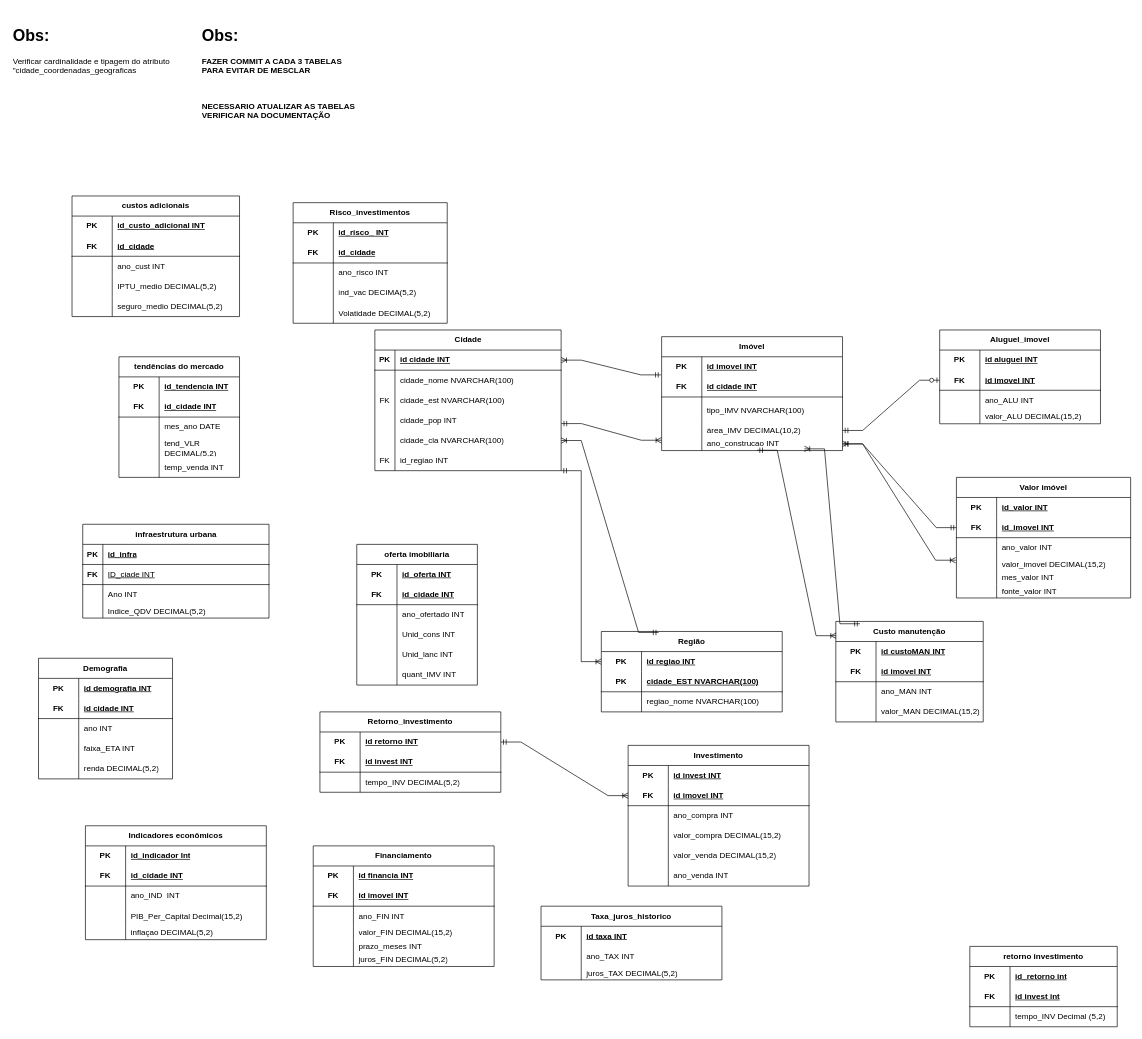
Above: GroupBy.drawio in Guilherme22B/Group_by (draw.io), before the change. Source tidied: cells renumbered, new cells numbered last; positions are measured from the earlier drawing's top-left corner, leaving out a move shared by most shapes. Both pictures are drawn from the tidied source at 67%, with x=0, y=0 at pixel (11, 21).
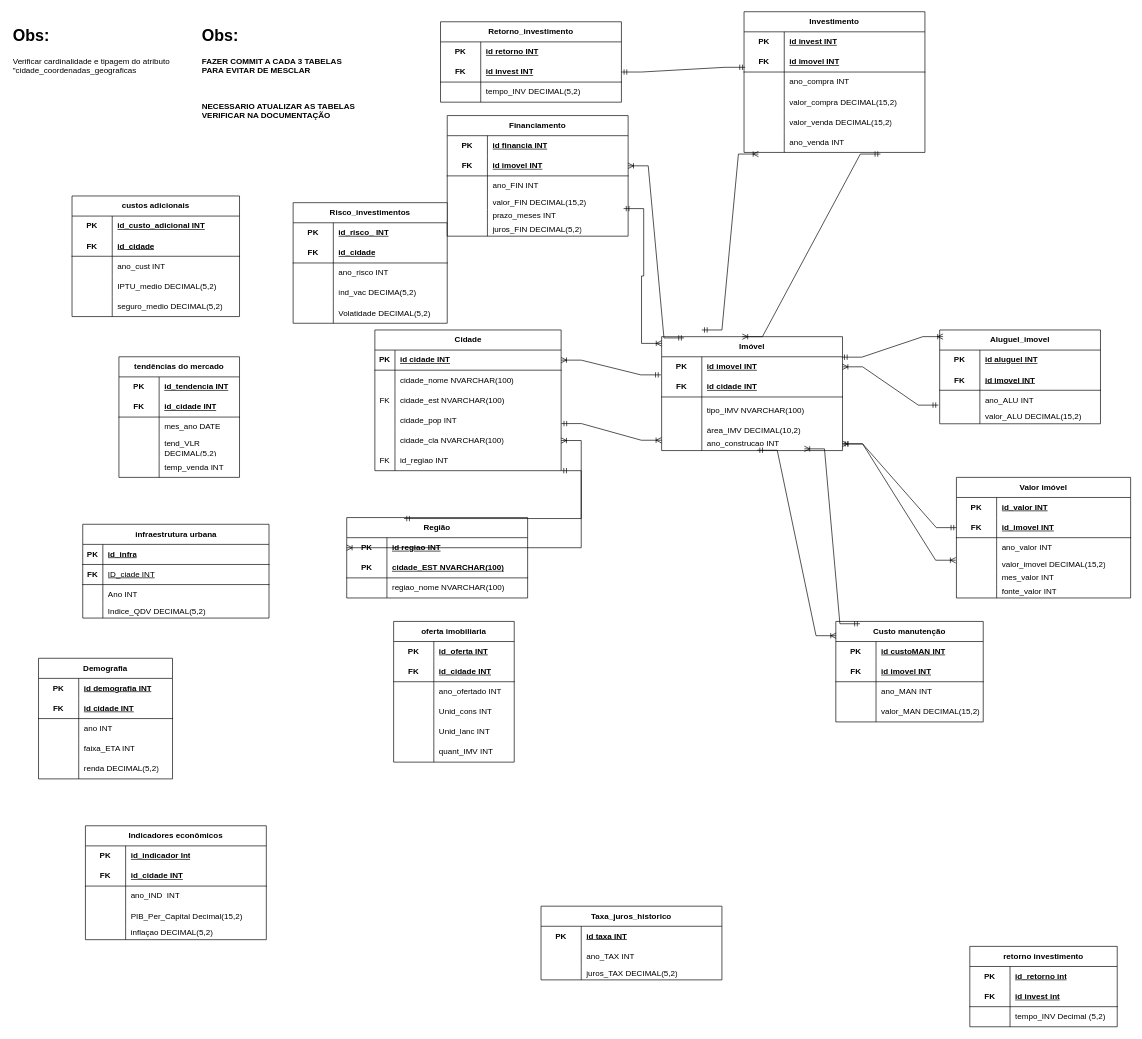
After the change.

The change refers to these unchanged cells:
```xml
<mxCell id="4" value="Imóvel" style="shape=table;startSize=30;childLayout=tableLayout;rowLines=0;fontStyle=1;align=center;html=1;whiteSpace=wrap;" parent="1" vertex="1">
  <mxGeometry x="970" y="470" width="270" height="170" as="geometry" />
</mxCell>
<mxCell id="5" style="shape=tableRow;horizontal=0;startSize=0;swimlaneHead=0;swimlaneBody=0;fillColor=none;points=[[0,0.5],[1,0.5]];portConstraint=eastwest;top=0;left=0;right=0;bottom=0;html=1;" parent="4" vertex="1">
  <mxGeometry y="30" width="270" height="30" as="geometry" />
</mxCell>
<mxCell id="14" style="shape=tableRow;horizontal=0;startSize=0;swimlaneHead=0;swimlaneBody=0;fillColor=none;points=[[0,0.5],[1,0.5]];portConstraint=eastwest;top=0;left=0;right=0;bottom=0;html=1;" parent="4" vertex="1">
  <mxGeometry y="130" width="270" height="20" as="geometry" />
</mxCell>
<mxCell id="75" style="shape=tableRow;horizontal=0;startSize=0;swimlaneHead=0;swimlaneBody=0;fillColor=none;points=[[0,0.5],[1,0.5]];portConstraint=eastwest;top=0;left=0;right=0;bottom=1;html=1;" parent="71" vertex="1">
  <mxGeometry y="60" width="270" height="30" as="geometry" />
</mxCell>
<mxCell id="87" style="shape=tableRow;horizontal=0;startSize=0;swimlaneHead=0;swimlaneBody=0;fillColor=none;points=[[0,0.5],[1,0.5]];portConstraint=eastwest;top=0;left=0;right=0;bottom=0;html=1;" parent="71" vertex="1">
  <mxGeometry y="180" width="270" height="30" as="geometry" />
</mxCell>
<mxCell id="90" value="Aluguel_imovel" style="shape=table;startSize=30;childLayout=tableLayout;rowLines=0;fontStyle=1;align=center;html=1;whiteSpace=wrap;" parent="1" vertex="1">
  <mxGeometry x="1385" y="460" width="240" height="140" as="geometry" />
</mxCell>
<mxCell id="94" style="shape=tableRow;horizontal=0;startSize=0;swimlaneHead=0;swimlaneBody=0;fillColor=none;points=[[0,0.5],[1,0.5]];portConstraint=eastwest;top=0;left=0;right=0;bottom=1;html=1;" parent="90" vertex="1">
  <mxGeometry y="60" width="240" height="30" as="geometry" />
</mxCell>
<mxCell id="97" style="shape=tableRow;horizontal=0;startSize=0;swimlaneHead=0;swimlaneBody=0;fillColor=none;points=[[0,0.5],[1,0.5]];portConstraint=eastwest;top=0;left=0;right=0;bottom=0;html=1;" parent="90" vertex="1">
  <mxGeometry y="90" width="240" height="30" as="geometry" />
</mxCell>
<mxCell id="107" style="shape=tableRow;horizontal=0;startSize=0;swimlaneHead=0;swimlaneBody=0;fillColor=none;points=[[0,0.5],[1,0.5]];portConstraint=eastwest;top=0;left=0;right=0;bottom=1;html=1;" parent="103" vertex="1">
  <mxGeometry y="60" width="270" height="30" as="geometry" />
</mxCell>
<mxCell id="116" style="shape=tableRow;horizontal=0;startSize=0;swimlaneHead=0;swimlaneBody=0;fillColor=none;points=[[0,0.5],[1,0.5]];portConstraint=eastwest;top=0;left=0;right=0;bottom=0;html=1;" parent="103" vertex="1">
  <mxGeometry y="140" width="270" height="20" as="geometry" />
</mxCell>
<mxCell id="133" style="shape=tableRow;horizontal=0;startSize=0;swimlaneHead=0;swimlaneBody=0;fillColor=none;points=[[0,0.5],[1,0.5]];portConstraint=eastwest;top=0;left=0;right=0;bottom=0;html=1;" parent="132" vertex="1">
  <mxGeometry y="30" width="270" height="30" as="geometry" />
</mxCell>
<mxCell id="136" style="shape=tableRow;horizontal=0;startSize=0;swimlaneHead=0;swimlaneBody=0;fillColor=none;points=[[0,0.5],[1,0.5]];portConstraint=eastwest;top=0;left=0;right=0;bottom=1;html=1;" parent="132" vertex="1">
  <mxGeometry y="60" width="270" height="30" as="geometry" />
</mxCell>
```

What changed in the source:
```diff
@@
     <mxCell id="71" value="Investimento" style="shape=table;startSize=30;childLayout=tableLayout;rowLines=0;fontStyle=1;align=center;html=1;whiteSpace=wrap;" parent="1" vertex="1">
-      <mxGeometry x="920" y="1080" width="270" height="210" as="geometry" />
+      <mxGeometry x="1093" y="-15" width="270" height="210" as="geometry" />
     </mxCell>
@@
     <mxCell id="103" value="Financiamento" style="shape=table;startSize=30;childLayout=tableLayout;rowLines=0;fontStyle=1;align=center;html=1;whiteSpace=wrap;" parent="1" vertex="1">
-      <mxGeometry x="450" y="1230" width="270" height="180" as="geometry" />
+      <mxGeometry x="650" y="140" width="270" height="180" as="geometry" />
     </mxCell>
@@
     <mxCell id="132" value="Retorno_investimento" style="shape=table;startSize=30;childLayout=tableLayout;rowLines=0;fontStyle=1;align=center;html=1;whiteSpace=wrap;" parent="1" vertex="1">
-      <mxGeometry x="460" y="1030" width="270" height="120" as="geometry" />
+      <mxGeometry x="640" width="270" height="120" as="geometry" />
     </mxCell>
@@
     <mxCell id="142" value="Região" style="shape=table;startSize=30;childLayout=tableLayout;rowLines=0;fontStyle=1;align=center;html=1;whiteSpace=wrap;" parent="1" vertex="1">
-      <mxGeometry x="880" y="910" width="270" height="120" as="geometry" />
+      <mxGeometry x="500" y="740" width="270" height="120" as="geometry" />
     </mxCell>
@@
-    <mxCell id="153" style="edgeStyle=entityRelationEdgeStyle;fontSize=12;html=1;endArrow=ERzeroToOne;startArrow=ERmandOne;rounded=0;entryX=0;entryY=0.5;entryDx=0;entryDy=0;exitX=1;exitY=0.5;exitDx=0;exitDy=0;" parent="1" edge="1" source="14" target="94">
-      <mxGeometry relative="1" as="geometry" />
-    </mxCell>
@@
-    <mxCell id="156" style="edgeStyle=entityRelationEdgeStyle;fontSize=12;html=1;endArrow=ERoneToMany;startArrow=ERmandOne;rounded=0;exitX=1;exitY=0.5;exitDx=0;exitDy=0;entryX=0;entryY=0.5;entryDx=0;entryDy=0;" parent="1" edge="1" source="133" target="75">
-      <mxGeometry relative="1" as="geometry" />
-    </mxCell>
@@
     <mxCell id="196" value="oferta imobiliaria" style="shape=table;startSize=30;childLayout=tableLayout;rowLines=0;fontStyle=1;align=center;html=1;whiteSpace=wrap;" parent="1" vertex="1">
-      <mxGeometry x="515" y="780" width="180" height="210" as="geometry" />
+      <mxGeometry x="570" y="895" width="180" height="210" as="geometry" />
     </mxCell>
@@
+    <mxCell id="286" style="edgeStyle=entityRelationEdgeStyle;fontSize=12;html=1;endArrow=ERmandOne;startArrow=ERmandOne;rounded=0;entryX=0.006;entryY=0.765;entryDx=0;entryDy=0;entryPerimeter=0;" parent="1" edge="1" source="136" target="75">
+      <mxGeometry relative="1" as="geometry" />
+    </mxCell>
+    <mxCell id="287" style="edgeStyle=entityRelationEdgeStyle;fontSize=12;html=1;endArrow=ERoneToMany;startArrow=ERmandOne;rounded=0;exitX=0.754;exitY=1.081;exitDx=0;exitDy=0;exitPerimeter=0;entryX=0.446;entryY=0;entryDx=0;entryDy=0;entryPerimeter=0;" parent="1" edge="1" source="87" target="4">
+      <mxGeometry relative="1" as="geometry" />
+    </mxCell>
+    <mxCell id="288" style="edgeStyle=entityRelationEdgeStyle;fontSize=12;html=1;endArrow=ERoneToMany;startArrow=ERmandOne;rounded=0;entryX=0.08;entryY=1.081;entryDx=0;entryDy=0;entryPerimeter=0;" parent="1" edge="1" target="87">
+      <mxGeometry relative="1" as="geometry">
+        <mxPoint x="1030" y="460" as="sourcePoint" />
+      </mxGeometry>
+    </mxCell>
+    <mxCell id="289" style="edgeStyle=entityRelationEdgeStyle;fontSize=12;html=1;endArrow=ERoneToMany;startArrow=ERmandOne;rounded=0;exitX=-0.008;exitY=0.739;exitDx=0;exitDy=0;entryX=1;entryY=0.5;entryDx=0;entryDy=0;exitPerimeter=0;" parent="1" edge="1" source="97" target="5">
+      <mxGeometry relative="1" as="geometry">
+        <Array as="points">
+          <mxPoint x="1280" y="700" />
+        </Array>
+      </mxGeometry>
+    </mxCell>
+    <mxCell id="290" style="edgeStyle=entityRelationEdgeStyle;fontSize=12;html=1;endArrow=ERoneToMany;startArrow=ERmandOne;rounded=0;exitX=0.996;exitY=0.019;exitDx=0;exitDy=0;exitPerimeter=0;entryX=0.021;entryY=0.071;entryDx=0;entryDy=0;entryPerimeter=0;" parent="1" edge="1" source="5" target="90">
+      <mxGeometry relative="1" as="geometry">
+        <Array as="points">
+          <mxPoint x="1370" y="665" />
+        </Array>
+      </mxGeometry>
+    </mxCell>
+    <mxCell id="291" style="edgeStyle=entityRelationEdgeStyle;fontSize=12;html=1;endArrow=ERoneToMany;startArrow=ERmandOne;rounded=0;entryX=0;entryY=0.059;entryDx=0;entryDy=0;entryPerimeter=0;exitX=0.975;exitY=-0.058;exitDx=0;exitDy=0;exitPerimeter=0;" parent="1" edge="1" source="116" target="4">
+      <mxGeometry relative="1" as="geometry" />
+    </mxCell>
+    <mxCell id="292" style="edgeStyle=entityRelationEdgeStyle;fontSize=12;html=1;endArrow=ERoneToMany;startArrow=ERmandOne;rounded=0;entryX=1;entryY=0.5;entryDx=0;entryDy=0;exitX=0.124;exitY=0.011;exitDx=0;exitDy=0;exitPerimeter=0;" parent="1" edge="1" source="4" target="107">
+      <mxGeometry relative="1" as="geometry" />
+    </mxCell>
```
